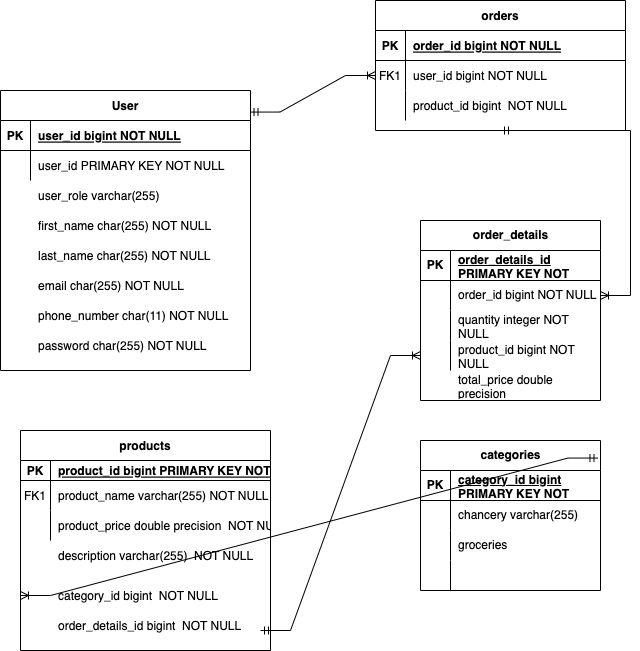
This is tableForShopProject.drawio.png from kitarooo/neobis_, a draw.io export, as it was before one commit. Source tidied: cells renumbered, new cells last; positions are measured from the earlier drawing's top-left corner, leaving out a move shared by most shapes.
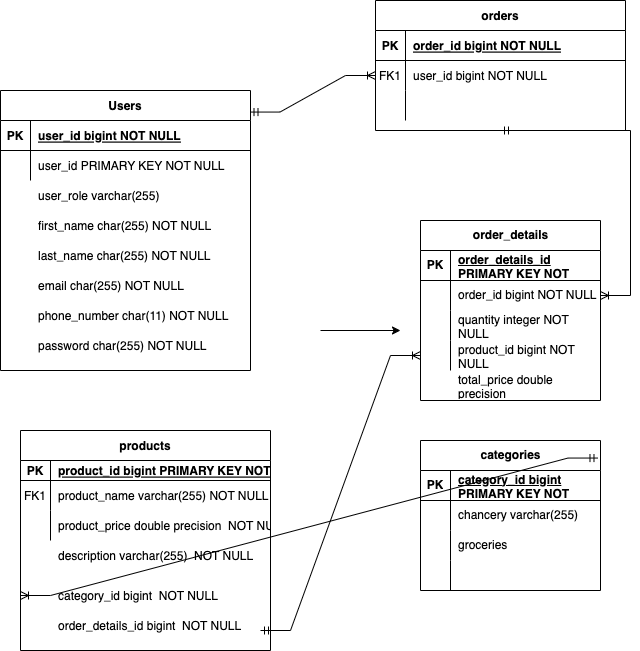
After the commit.

Change to the diagram source:
```diff
@@ -32,7 +32,7 @@
     <mxCell id="11" value="product_price double precision  NOT NULL" style="shape=partialRectangle;overflow=hidden;fillColor=none;top=0;left=0;bottom=0;right=0;align=left;spacingLeft=6;" parent="9" vertex="1">
       <mxGeometry x="30" width="220" height="30" as="geometry" />
     </mxCell>
-    <mxCell id="12" value="User" style="shape=table;startSize=30;rowLines=0;fontStyle=1;align=center;" parent="1" vertex="1">
+    <mxCell id="12" value="Users" style="shape=table;startSize=30;rowLines=0;fontStyle=1;align=center;" parent="1" vertex="1">
       <mxGeometry y="90" width="250" height="280" as="geometry" />
     </mxCell>
     <mxCell id="13" style="shape=partialRectangle;fillColor=none;top=0;left=0;right=0;bottom=1;" parent="12" vertex="1">
@@ -146,7 +146,7 @@
     <mxCell id="49" style="shape=partialRectangle;overflow=hidden;fillColor=none;top=0;left=0;bottom=0;right=0;" parent="48" vertex="1">
       <mxGeometry width="30" height="30" as="geometry" />
     </mxCell>
-    <mxCell id="50" value="product_id bigint  NOT NULL" style="shape=partialRectangle;overflow=hidden;fillColor=none;top=0;left=0;bottom=0;right=0;align=left;spacingLeft=6;" parent="48" vertex="1">
+    <mxCell id="50" style="shape=partialRectangle;overflow=hidden;fillColor=none;top=0;left=0;bottom=0;right=0;align=left;spacingLeft=6;" parent="48" vertex="1">
       <mxGeometry x="30" width="220" height="30" as="geometry" />
     </mxCell>
     <mxCell id="51" value="total_price double precision" style="shape=partialRectangle;fillColor=none;top=0;left=0;bottom=0;right=0;align=left;spacingLeft=6;overflow=hidden;whiteSpace=wrap;html=1;" parent="1" vertex="1">
@@ -215,5 +215,11 @@
         <mxPoint x="260" y="630" as="sourcePoint" />
       </mxGeometry>
     </mxCell>
+    <mxCell id="69" style="edgeStyle=none;orthogonalLoop=1;jettySize=auto;html=1;rounded=0;" parent="1" edge="1">
+      <mxGeometry relative="1" as="geometry">
+        <mxPoint x="320" y="330" as="sourcePoint" />
+        <mxPoint x="400" y="330" as="targetPoint" />
+      </mxGeometry>
+    </mxCell>
   </root>
 </mxGraphModel>
```
